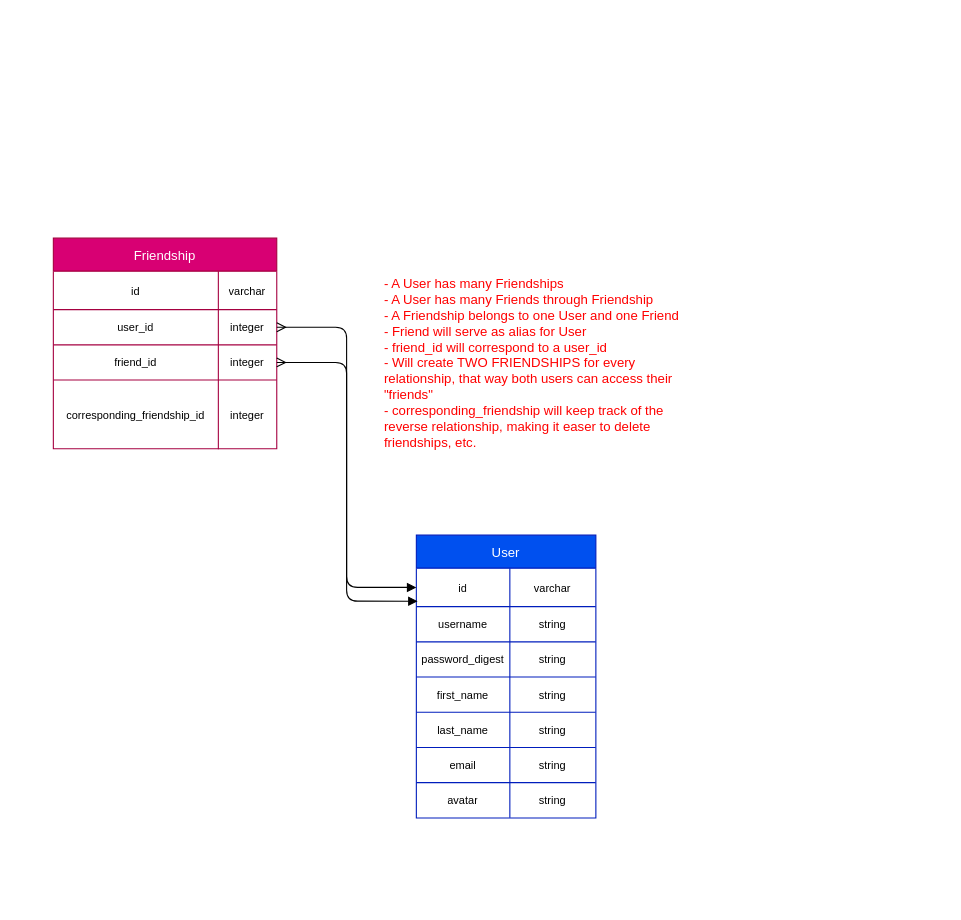
The draw.io diagram project-planning/backend/assocations.drawio in jefftmarks/lemme-borrow, before the edit. Source tidied: cells renumbered, new cells numbered last; positions are measured from the earlier drawing's top-left corner, leaving out a move shared by most shapes. Both pictures are drawn from the tidied source at 110%, with x=0, y=0 at pixel (53, 238).
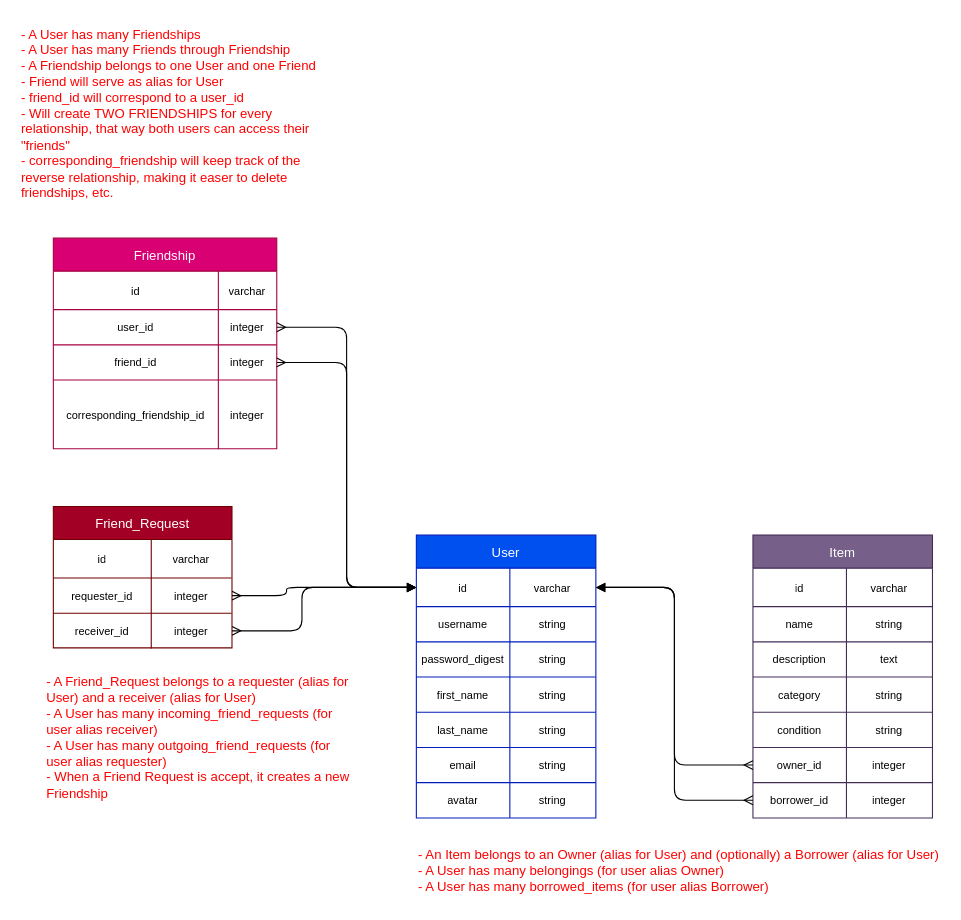
The same page after the edit.

Unchanged cells that the change refers to:
```xml
<mxCell id="3" style="shape=partialRectangle;fillColor=none;top=0;left=0;bottom=0;right=0;points=[[0,0.5],[1,0.5]];portConstraint=eastwest;" parent="2" vertex="1">
  <mxGeometry y="30" width="163.2" height="35" as="geometry" />
</mxCell>
<mxCell id="6" style="shape=partialRectangle;fillColor=none;top=0;left=0;bottom=0;right=0;points=[[0,0.5],[1,0.5]];portConstraint=eastwest;" parent="2" vertex="1">
  <mxGeometry y="65" width="163.2" height="32" as="geometry" />
</mxCell>
<mxCell id="31" style="shape=partialRectangle;fillColor=none;top=0;left=0;bottom=0;right=0;points=[[0,0.5],[1,0.5]];portConstraint=eastwest;" parent="24" vertex="1">
  <mxGeometry y="97" width="203.1" height="32" as="geometry" />
</mxCell>
```

The edit, as a diff of the source:
```diff
@@
-    <mxCell id="38" style="edgeStyle=orthogonalEdgeStyle;html=1;exitX=0.007;exitY=-0.155;exitDx=0;exitDy=0;entryX=1;entryY=0.5;entryDx=0;entryDy=0;startArrow=block;startFill=1;endArrow=ERmany;endFill=0;strokeColor=#000000;exitPerimeter=0;" parent="1" edge="1" source="6" target="31">
+    <mxCell id="38" style="edgeStyle=orthogonalEdgeStyle;html=1;exitX=0;exitY=0.5;exitDx=0;exitDy=0;entryX=1;entryY=0.5;entryDx=0;entryDy=0;startArrow=block;startFill=1;endArrow=ERmany;endFill=0;strokeColor=#000000;" parent="1" edge="1" source="3" target="31">
       <mxGeometry relative="1" as="geometry" />
     </mxCell>
     <mxCell id="39" value="- A User has many Friendships&lt;br&gt;- A User has many Friends through Friendship&lt;br&gt;- A Friendship belongs to one User and one Friend&lt;br&gt;- Friend will serve as alias for User&lt;br&gt;- friend_id will correspond to a user_id&lt;br&gt;- Will create TWO FRIENDSHIPS for every relationship, that way both users can access their &quot;friends&quot;&lt;br&gt;- corresponding_friendship will keep track of the reverse relationship, making it easer to delete friendships, etc." style="text;html=1;strokeColor=none;fillColor=none;align=left;verticalAlign=top;whiteSpace=wrap;rounded=0;fontColor=#FF0000;" parent="1" vertex="1">
-      <mxGeometry x="299" y="28" width="284" height="186.8" as="geometry" />
+      <mxGeometry x="-31" y="-199" width="284" height="186.8" as="geometry" />
     </mxCell>
+    <mxCell id="40" value="Friend_Request" style="shape=table;startSize=30;childLayout=tableLayout;strokeWidth=1;strokeColor=#6F0000;fillColor=#a20025;fontColor=#ffffff;" parent="1" vertex="1">
+      <mxGeometry y="244" width="162.4" height="128.5" as="geometry" />
+    </mxCell>
+    <mxCell id="41" style="shape=partialRectangle;fillColor=none;top=0;left=0;bottom=0;right=0;" parent="40" vertex="1">
+      <mxGeometry y="30" width="162.4" height="35" as="geometry" />
+    </mxCell>
+    <mxCell id="42" value="id" style="shape=partialRectangle;html=1;whiteSpace=wrap;overflow=hidden;fillColor=none;top=0;left=0;bottom=0;right=0;fontColor=#000000;fontSize=10;" parent="41" vertex="1">
+      <mxGeometry width="89" height="35" as="geometry" />
+    </mxCell>
+    <mxCell id="43" value="varchar" style="shape=partialRectangle;html=1;whiteSpace=wrap;overflow=hidden;fillColor=none;top=0;left=0;bottom=0;right=0;fontColor=#000000;fontSize=10;" parent="41" vertex="1">
+      <mxGeometry x="89" width="73" height="35" as="geometry" />
+    </mxCell>
+    <mxCell id="44" style="shape=partialRectangle;fillColor=none;top=0;left=0;bottom=0;right=0;points=[[0,0.5],[1,0.5]];portConstraint=eastwest;" parent="40" vertex="1">
+      <mxGeometry y="65" width="162.4" height="32" as="geometry" />
+    </mxCell>
+    <mxCell id="45" value="requester_id" style="shape=partialRectangle;html=1;whiteSpace=wrap;overflow=hidden;fillColor=none;top=0;left=0;bottom=0;right=0;fontSize=10;fontColor=#000000;" parent="44" vertex="1">
+      <mxGeometry width="89" height="32" as="geometry" />
+    </mxCell>
+    <mxCell id="46" value="integer" style="shape=partialRectangle;html=1;whiteSpace=wrap;overflow=hidden;fillColor=none;top=0;left=0;bottom=0;right=0;fontSize=10;fontColor=#000000;" parent="44" vertex="1">
+      <mxGeometry x="89" width="73" height="32" as="geometry" />
+    </mxCell>
+    <mxCell id="47" style="shape=partialRectangle;fillColor=none;top=0;left=0;bottom=0;right=0;points=[[0,0.5],[1,0.5]];portConstraint=eastwest;" parent="40" vertex="1">
+      <mxGeometry y="97" width="162.4" height="32" as="geometry" />
+    </mxCell>
+    <mxCell id="48" value="receiver_id" style="shape=partialRectangle;html=1;whiteSpace=wrap;overflow=hidden;fillColor=none;top=0;left=0;bottom=0;right=0;fontSize=10;fontColor=#000000;" parent="47" vertex="1">
+      <mxGeometry width="89" height="32" as="geometry" />
+    </mxCell>
+    <mxCell id="49" value="integer" style="shape=partialRectangle;html=1;whiteSpace=wrap;overflow=hidden;fillColor=none;top=0;left=0;bottom=0;right=0;fontSize=10;fontColor=#000000;" parent="47" vertex="1">
+      <mxGeometry x="89" width="73" height="32" as="geometry" />
+    </mxCell>
+    <mxCell id="50" style="edgeStyle=orthogonalEdgeStyle;html=1;exitX=1;exitY=0.5;exitDx=0;exitDy=0;entryX=0;entryY=0.5;entryDx=0;entryDy=0;strokeColor=#000000;endArrow=block;endFill=1;startArrow=ERmany;startFill=0;" parent="1" edge="1" source="44" target="3">
+      <mxGeometry relative="1" as="geometry">
+        <Array as="points">
+          <mxPoint x="212" y="325" />
+          <mxPoint x="212" y="318" />
+        </Array>
+      </mxGeometry>
+    </mxCell>
+    <mxCell id="51" style="edgeStyle=orthogonalEdgeStyle;html=1;exitX=1;exitY=0.5;exitDx=0;exitDy=0;entryX=0;entryY=0.5;entryDx=0;entryDy=0;startArrow=ERmany;startFill=0;endArrow=block;endFill=1;strokeColor=#000000;" parent="1" edge="1" source="47" target="3">
+      <mxGeometry relative="1" as="geometry">
+        <Array as="points">
+          <mxPoint x="226" y="357" />
+          <mxPoint x="226" y="318" />
+        </Array>
+      </mxGeometry>
+    </mxCell>
+    <mxCell id="52" value="- A Friend_Request belongs to a requester (alias for User) and a receiver (alias for User)&lt;br&gt;- A User has many incoming_friend_requests (for user alias receiver)&lt;br&gt;- A User has many outgoing_friend_requests (for user alias requester)&lt;br&gt;- When a Friend Request is accept, it creates a new Friendship" style="text;html=1;strokeColor=none;fillColor=none;align=left;verticalAlign=top;whiteSpace=wrap;rounded=0;fontColor=#FF0000;" parent="1" vertex="1">
+      <mxGeometry x="-8" y="390" width="284" height="132" as="geometry" />
+    </mxCell>
+    <mxCell id="53" value="Item" style="shape=table;startSize=30;childLayout=tableLayout;strokeWidth=1;strokeColor=#432D57;fillColor=#76608a;fontColor=#ffffff;" parent="1" vertex="1">
+      <mxGeometry x="636" y="270" width="163.2" height="257.1" as="geometry" />
+    </mxCell>
+    <mxCell id="54" style="shape=partialRectangle;fillColor=none;top=0;left=0;bottom=0;right=0;" parent="53" vertex="1">
+      <mxGeometry y="30" width="163.2" height="35" as="geometry" />
+    </mxCell>
+    <mxCell id="55" value="id" style="shape=partialRectangle;html=1;whiteSpace=wrap;overflow=hidden;fillColor=none;top=0;left=0;bottom=0;right=0;fontColor=#000000;fontSize=10;" parent="54" vertex="1">
+      <mxGeometry width="85" height="35" as="geometry" />
+    </mxCell>
+    <mxCell id="56" value="varchar" style="shape=partialRectangle;html=1;whiteSpace=wrap;overflow=hidden;fillColor=none;top=0;left=0;bottom=0;right=0;fontColor=#000000;fontSize=10;" parent="54" vertex="1">
+      <mxGeometry x="85" width="78" height="35" as="geometry" />
+    </mxCell>
+    <mxCell id="57" style="shape=partialRectangle;fillColor=none;top=0;left=0;bottom=0;right=0;" parent="53" vertex="1">
+      <mxGeometry y="65" width="163.2" height="32" as="geometry" />
+    </mxCell>
+    <mxCell id="58" value="name" style="shape=partialRectangle;html=1;whiteSpace=wrap;overflow=hidden;fillColor=none;top=0;left=0;bottom=0;right=0;fontSize=10;fontColor=#000000;" parent="57" vertex="1">
+      <mxGeometry width="85" height="32" as="geometry" />
+    </mxCell>
+    <mxCell id="59" value="string" style="shape=partialRectangle;html=1;whiteSpace=wrap;overflow=hidden;fillColor=none;top=0;left=0;bottom=0;right=0;fontSize=10;fontColor=#000000;" parent="57" vertex="1">
+      <mxGeometry x="85" width="78" height="32" as="geometry" />
+    </mxCell>
+    <mxCell id="60" style="shape=partialRectangle;fillColor=none;top=0;left=0;bottom=0;right=0;" parent="53" vertex="1">
+      <mxGeometry y="97" width="163.2" height="32" as="geometry" />
+    </mxCell>
+    <mxCell id="61" value="description" style="shape=partialRectangle;html=1;whiteSpace=wrap;overflow=hidden;fillColor=none;top=0;left=0;bottom=0;right=0;fontSize=10;fontColor=#000000;" parent="60" vertex="1">
+      <mxGeometry width="85" height="32" as="geometry" />
+    </mxCell>
+    <mxCell id="62" value="text" style="shape=partialRectangle;html=1;whiteSpace=wrap;overflow=hidden;fillColor=none;top=0;left=0;bottom=0;right=0;fontSize=10;fontColor=#000000;" parent="60" vertex="1">
+      <mxGeometry x="85" width="78" height="32" as="geometry" />
+    </mxCell>
+    <mxCell id="63" style="shape=partialRectangle;fillColor=none;top=0;left=0;bottom=0;right=0;" parent="53" vertex="1">
+      <mxGeometry y="129" width="163.2" height="32" as="geometry" />
+    </mxCell>
+    <mxCell id="64" value="category" style="shape=partialRectangle;html=1;whiteSpace=wrap;overflow=hidden;fillColor=none;top=0;left=0;bottom=0;right=0;fontSize=10;fontColor=#000000;" parent="63" vertex="1">
+      <mxGeometry width="85" height="32" as="geometry" />
+    </mxCell>
+    <mxCell id="65" value="string" style="shape=partialRectangle;html=1;whiteSpace=wrap;overflow=hidden;fillColor=none;top=0;left=0;bottom=0;right=0;fontSize=10;fontColor=#000000;" parent="63" vertex="1">
+      <mxGeometry x="85" width="78" height="32" as="geometry" />
+    </mxCell>
+    <mxCell id="66" style="shape=partialRectangle;fillColor=none;top=0;left=0;bottom=0;right=0;" parent="53" vertex="1">
+      <mxGeometry y="161" width="163.2" height="32" as="geometry" />
+    </mxCell>
+    <mxCell id="67" value="condition" style="shape=partialRectangle;html=1;whiteSpace=wrap;overflow=hidden;fillColor=none;top=0;left=0;bottom=0;right=0;fontSize=10;fontColor=#000000;" parent="66" vertex="1">
+      <mxGeometry width="85" height="32" as="geometry" />
+    </mxCell>
+    <mxCell id="68" value="string" style="shape=partialRectangle;html=1;whiteSpace=wrap;overflow=hidden;fillColor=none;top=0;left=0;bottom=0;right=0;fontSize=10;fontColor=#000000;" parent="66" vertex="1">
+      <mxGeometry x="85" width="78" height="32" as="geometry" />
+    </mxCell>
+    <mxCell id="69" style="shape=partialRectangle;fillColor=none;top=0;left=0;bottom=0;right=0;points=[[0,0.5],[1,0.5]];portConstraint=eastwest;" parent="53" vertex="1">
+      <mxGeometry y="193" width="163.2" height="32" as="geometry" />
+    </mxCell>
+    <mxCell id="70" value="owner_id" style="shape=partialRectangle;html=1;whiteSpace=wrap;overflow=hidden;fillColor=none;top=0;left=0;bottom=0;right=0;fontSize=10;fontColor=#000000;" parent="69" vertex="1">
+      <mxGeometry width="85" height="32" as="geometry" />
+    </mxCell>
+    <mxCell id="71" value="integer" style="shape=partialRectangle;html=1;whiteSpace=wrap;overflow=hidden;fillColor=none;top=0;left=0;bottom=0;right=0;fontSize=10;fontColor=#000000;" parent="69" vertex="1">
+      <mxGeometry x="85" width="78" height="32" as="geometry" />
+    </mxCell>
+    <mxCell id="72" style="shape=partialRectangle;fillColor=none;top=0;left=0;bottom=0;right=0;points=[[0,0.5],[1,0.5]];portConstraint=eastwest;" parent="53" vertex="1">
+      <mxGeometry y="225" width="163.2" height="32" as="geometry" />
+    </mxCell>
+    <mxCell id="73" value="borrower_id" style="shape=partialRectangle;html=1;whiteSpace=wrap;overflow=hidden;fillColor=none;top=0;left=0;bottom=0;right=0;fontSize=10;fontColor=#000000;" parent="72" vertex="1">
+      <mxGeometry width="85" height="32" as="geometry" />
+    </mxCell>
+    <mxCell id="74" value="integer" style="shape=partialRectangle;html=1;whiteSpace=wrap;overflow=hidden;fillColor=none;top=0;left=0;bottom=0;right=0;fontSize=10;fontColor=#000000;" parent="72" vertex="1">
+      <mxGeometry x="85" width="78" height="32" as="geometry" />
+    </mxCell>
+    <mxCell id="75" style="edgeStyle=orthogonalEdgeStyle;html=1;exitX=1;exitY=0.5;exitDx=0;exitDy=0;entryX=0;entryY=0.5;entryDx=0;entryDy=0;startArrow=block;startFill=1;endArrow=ERmany;endFill=0;strokeColor=#000000;" parent="1" edge="1" source="3" target="69">
+      <mxGeometry relative="1" as="geometry" />
+    </mxCell>
+    <mxCell id="76" style="edgeStyle=orthogonalEdgeStyle;html=1;exitX=1;exitY=0.5;exitDx=0;exitDy=0;entryX=0;entryY=0.5;entryDx=0;entryDy=0;startArrow=block;startFill=1;endArrow=ERmany;endFill=0;strokeColor=#000000;" parent="1" edge="1" source="3" target="72">
+      <mxGeometry relative="1" as="geometry" />
+    </mxCell>
+    <mxCell id="77" value="- An Item belongs to an Owner (alias for User) and (optionally) a Borrower (alias for User)&lt;br&gt;- A User has many belongings (for user alias Owner)&lt;br&gt;- A User has many borrowed_items (for user alias Borrower)" style="text;html=1;strokeColor=none;fillColor=none;align=left;verticalAlign=top;whiteSpace=wrap;rounded=0;fontColor=#FF0000;" parent="1" vertex="1">
+      <mxGeometry x="330" y="547" width="479" height="56" as="geometry" />
+    </mxCell>
```
